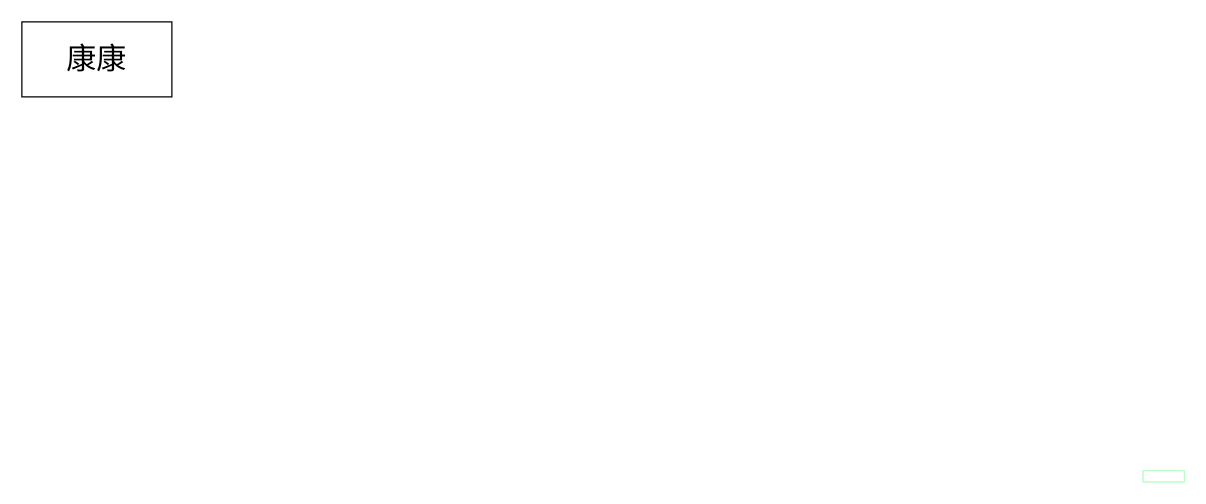
This is test.drawio from kangkangbs/publicdata, a draw.io file, before an edit. Source tidied: cells renumbered, new cells numbered last; positions are measured from the earlier drawing's top-left corner, leaving out a move shared by most shapes. Both pictures are drawn from the tidied source at 125%, with x=0, y=0 at pixel (21, 21).
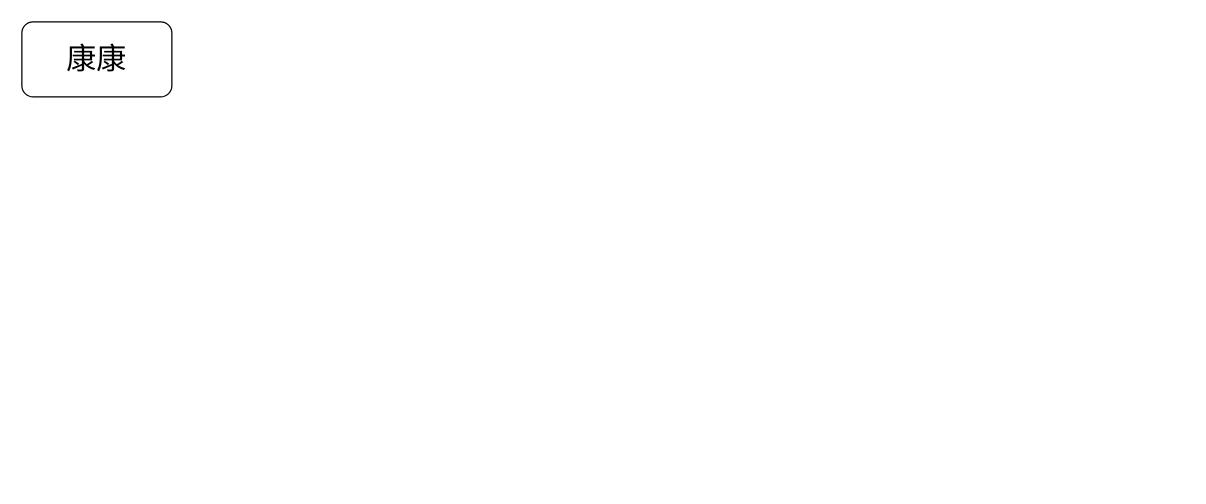
After the change.

Diff of the diagram source:
```diff
@@
 <mxGraphModel>
   <root>
     <mxCell id="0" />
     <mxCell id="1" parent="0" />
-    <mxCell id="2" style="rounded=0;whiteSpace=wrap;html=1;strokeWidth=1;strokeColor=#BAFFCA;" parent="1" vertex="1">
-      <mxGeometry x="897" y="359" width="33" height="9" as="geometry" />
-    </mxCell>
-    <mxCell id="3" style="rounded=0;whiteSpace=wrap;html=1;strokeWidth=1;strokeColor=#BAFFCA;" parent="1" vertex="1">
-      <mxGeometry x="897" y="359" width="33" height="9" as="geometry" />
-    </mxCell>
-    <mxCell id="4" value="&lt;font style=&quot;font-size: 24px;&quot; face=&quot;Lucida Console&quot;&gt;康康&lt;/font&gt;" style="rounded=0;whiteSpace=wrap;html=1;" parent="1" vertex="1">
+    <mxCell id="4" value="&lt;font style=&quot;font-size: 24px;&quot; face=&quot;Lucida Console&quot;&gt;康康&lt;/font&gt;" style="rounded=1;whiteSpace=wrap;html=1;labelBackgroundColor=none;" parent="1" vertex="1">
       <mxGeometry width="120" height="60" as="geometry" />
     </mxCell>
   </root>
 </mxGraphModel>
```
